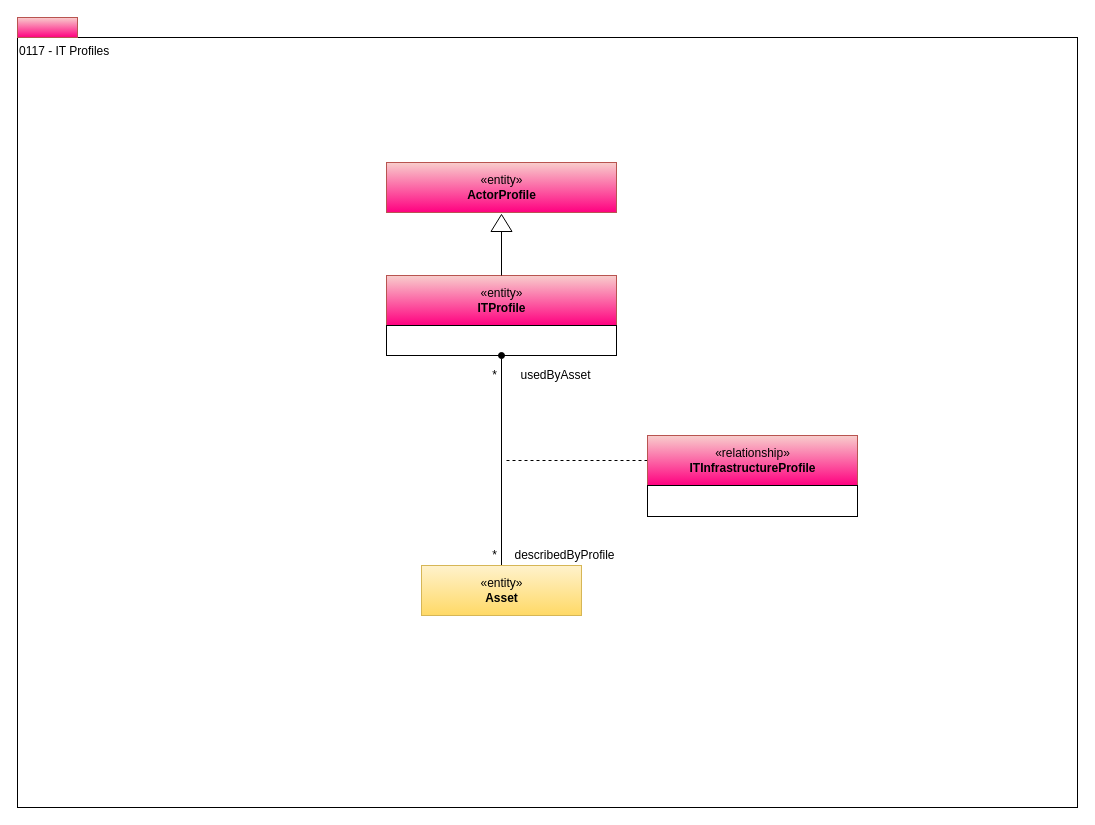
This is page "0117-IT-Profiles" (6 of 17) of site/docs/types/1/area-1-collaboration.drawio from odpi/egeria-docs, a draw.io file, before an edit. Source tidied: cells renumbered, new cells numbered last; positions are measured from the earlier drawing's top-left corner, leaving out a move shared by most shapes. Both pictures are drawn from the tidied source at 100%, with x=0, y=0 at pixel (17, 17).
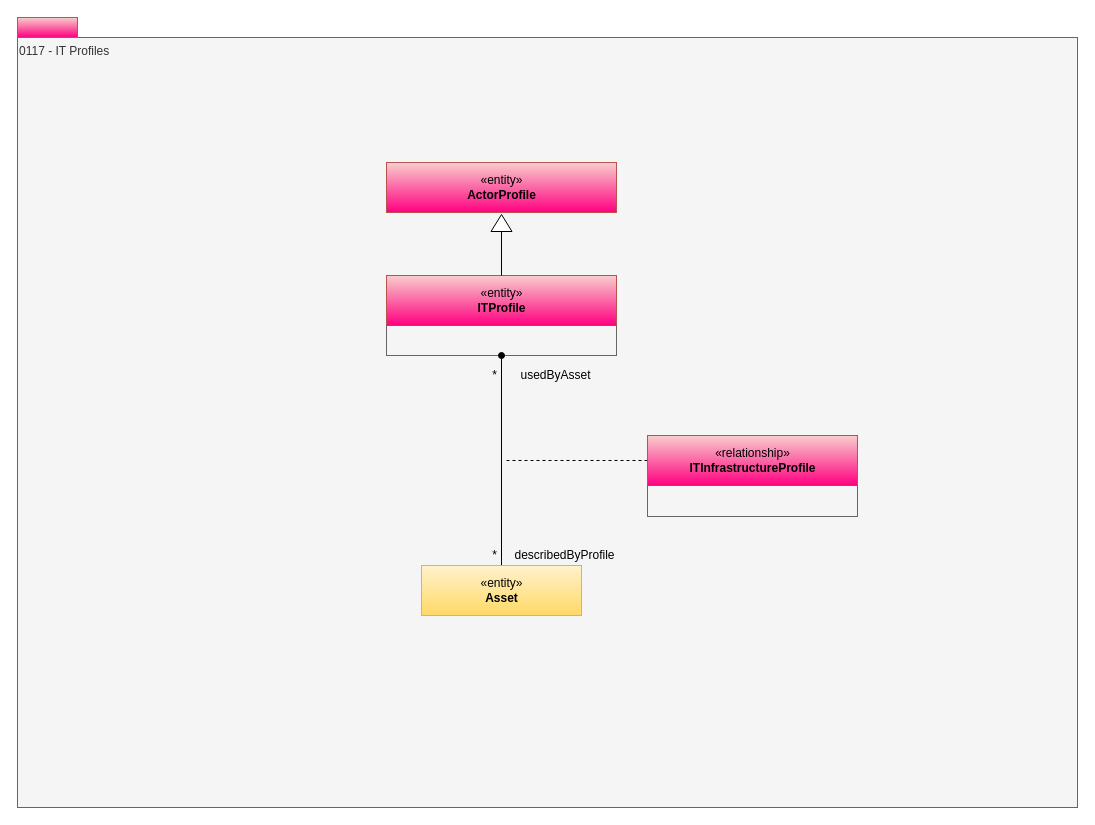
Above is the later version.

What changed in the source:
```diff
@@
 <mxGraphModel>
   <root>
     <mxCell id="0" />
     <mxCell id="1" parent="0" />
-    <mxCell id="2" value="0117 - IT Profiles" style="rounded=0;whiteSpace=wrap;html=1;align=left;verticalAlign=top;" parent="1" vertex="1">
+    <mxCell id="2" value="0117 - IT Profiles" style="rounded=0;whiteSpace=wrap;html=1;align=left;verticalAlign=top;fillColor=#f5f5f5;fontColor=#333333;strokeColor=#666666;" parent="1" vertex="1">
       <mxGeometry y="20" width="1060" height="770" as="geometry" />
     </mxCell>
     <mxCell id="3" value="«entity»&lt;br&gt;&lt;b&gt;ITProfile&lt;/b&gt;" style="html=1;strokeColor=#b85450;align=center;fillColor=#f8cecc;gradientColor=#FF0080;" parent="1" vertex="1">
       <mxGeometry x="369" y="258" width="230" height="50" as="geometry" />
     </mxCell>
     <mxCell id="4" style="html=1;strokeColor=#b85450;align=center;fillColor=#f8cecc;gradientColor=#FF0080;" parent="1" vertex="1">
       <mxGeometry width="60" height="20" as="geometry" />
     </mxCell>
-    <mxCell id="5" style="rounded=0;whiteSpace=wrap;html=1;align=left;" parent="1" vertex="1">
+    <mxCell id="5" style="rounded=0;whiteSpace=wrap;html=1;align=left;fillColor=#f5f5f5;fontColor=#333333;strokeColor=#666666;" parent="1" vertex="1">
       <mxGeometry x="369" y="308" width="230" height="30" as="geometry" />
     </mxCell>
     <mxCell id="6" style="edgeStyle=orthogonalEdgeStyle;rounded=0;html=1;exitX=0;exitY=0.5;entryX=0.5;entryY=0;jettySize=auto;endArrow=none;endFill=0;" parent="1" edge="1" source="7" target="3">
       <mxGeometry relative="1" as="geometry" />
     </mxCell>
     <mxCell id="7" style="triangle;whiteSpace=wrap;html=1;strokeColor=#000000;gradientColor=#ffffff;align=center;rotation=-90;" parent="1" vertex="1">
       <mxGeometry x="475.5" y="195" width="17" height="21" as="geometry" />
     </mxCell>
     <mxCell id="8" value="«entity»&lt;br&gt;&lt;b&gt;ActorProfile&lt;/b&gt;" style="html=1;strokeColor=#b85450;align=center;fillColor=#f8cecc;gradientColor=#FF0080;" parent="1" vertex="1">
       <mxGeometry x="369" y="145" width="230" height="50" as="geometry" />
     </mxCell>
     <mxCell id="9" style="edgeStyle=orthogonalEdgeStyle;rounded=0;html=1;endArrow=none;endFill=0;jettySize=auto;entryX=0.5;entryY=0;entryDx=0;entryDy=0;startArrow=oval;startFill=1;" parent="1" edge="1" source="5" target="17">
       <mxGeometry relative="1" as="geometry" />
     </mxCell>
     <mxCell id="10" value="*" style="text;html=1;align=center;verticalAlign=top;spacingTop=-4;" parent="1" vertex="1">
       <mxGeometry x="467" y="348" width="20" height="20" as="geometry" />
     </mxCell>
     <mxCell id="11" value="*" style="text;html=1;align=center;verticalAlign=top;spacingTop=-4;" parent="1" vertex="1">
       <mxGeometry x="467" y="528" width="20" height="20" as="geometry" />
     </mxCell>
     <mxCell id="12" value="describedByProfile" style="text;html=1;align=center;verticalAlign=top;spacingTop=-4;" parent="1" vertex="1">
       <mxGeometry x="487" y="528" width="120" height="20" as="geometry" />
     </mxCell>
     <mxCell id="13" value="usedByAsset" style="text;html=1;align=center;verticalAlign=top;spacingTop=-4;" parent="1" vertex="1">
       <mxGeometry x="492.5" y="348" width="90" height="20" as="geometry" />
     </mxCell>
     <mxCell id="14" style="edgeStyle=orthogonalEdgeStyle;rounded=0;html=1;exitX=0;exitY=0.5;endArrow=none;endFill=0;jettySize=auto;dashed=1;" parent="1" edge="1" source="15">
       <mxGeometry relative="1" as="geometry">
         <mxPoint x="487" y="443" as="targetPoint" />
       </mxGeometry>
     </mxCell>
     <mxCell id="15" value="«relationship»&lt;br&gt;&lt;b&gt;ITInfrastructureProfile&lt;/b&gt;" style="html=1;strokeColor=#b85450;align=center;fillColor=#f8cecc;gradientColor=#FF0080;" parent="1" vertex="1">
       <mxGeometry x="630" y="418" width="210" height="50" as="geometry" />
     </mxCell>
-    <mxCell id="16" style="rounded=0;whiteSpace=wrap;html=1;strokeColor=#000000;gradientColor=#ffffff;align=left;" parent="1" vertex="1">
+    <mxCell id="16" style="rounded=0;whiteSpace=wrap;html=1;strokeColor=#666666;align=left;fillColor=#f5f5f5;fontColor=#333333;" parent="1" vertex="1">
       <mxGeometry x="630" y="468" width="210" height="31" as="geometry" />
     </mxCell>
     <mxCell id="17" value="«entity»&lt;br&gt;&lt;b&gt;Asset&lt;/b&gt;" style="html=1;strokeColor=#d6b656;align=center;fillColor=#fff2cc;gradientColor=#ffd966;" parent="1" vertex="1">
       <mxGeometry x="404" y="548" width="160" height="50" as="geometry" />
     </mxCell>
   </root>
 </mxGraphModel>
```
